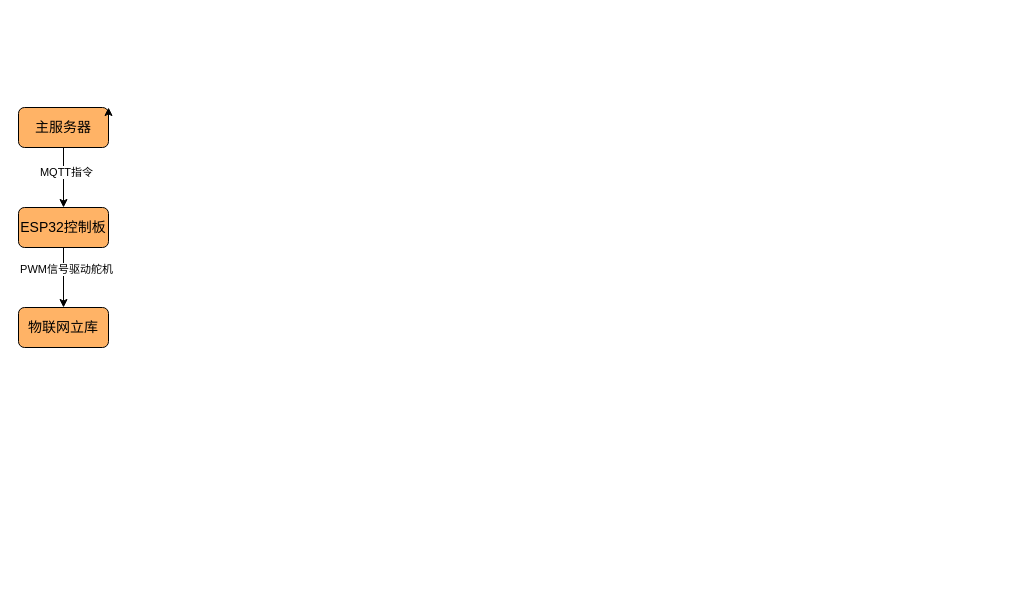
Li-Chaoran/hello-world keeps this draw.io diagram as Intelligent production line.drawio. Above is the earlier version. Source tidied: cells renumbered, new cells numbered last; positions are measured from the earlier drawing's top-left corner, leaving out a move shared by most shapes. Both pictures are drawn from the tidied source at 100%, with x=0, y=0 at pixel (18, 107).
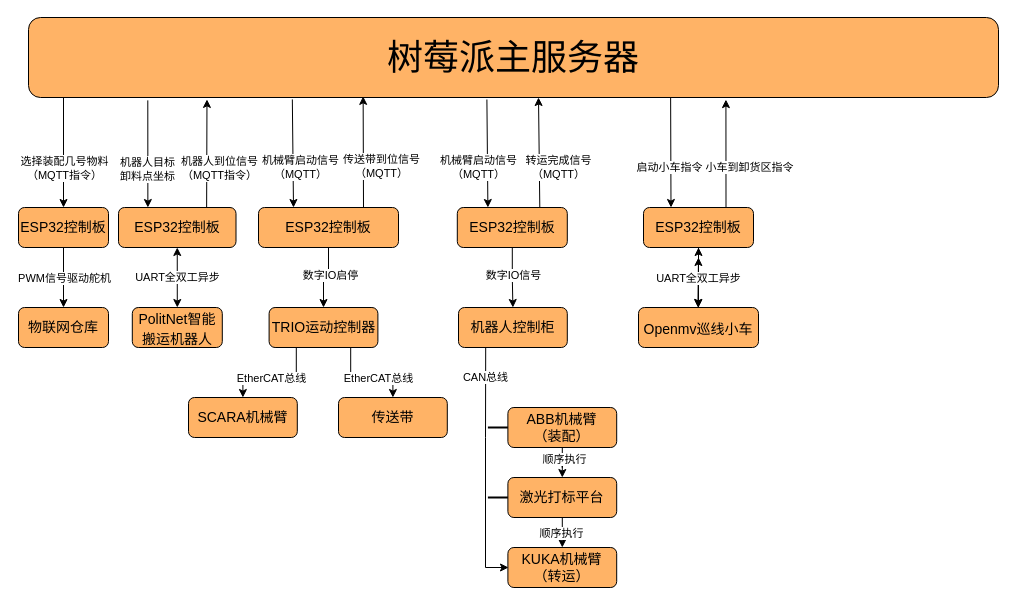
After the change.

Unchanged cells that the change refers to:
```xml
<mxCell id="6" style="edgeStyle=orthogonalEdgeStyle;rounded=0;jettySize=auto;html=1;" parent="1" edge="1" source="8" target="10">
  <mxGeometry relative="1" as="geometry" />
</mxCell>
<mxCell id="8" value="&lt;font style=&quot;font-size: 14px;&quot;&gt;ESP32控制板&lt;/font&gt;" style="rounded=1;whiteSpace=wrap;html=1;fillColor=light-dark(#FFB366,var(--ge-dark-color, #121212));" parent="1" vertex="1">
  <mxGeometry y="100" width="90" height="40" as="geometry" />
</mxCell>
```

Diff of the diagram source:
```diff
@@
-    <mxCell id="2" style="edgeStyle=orthogonalEdgeStyle;rounded=0;jettySize=auto;html=1;" parent="1" edge="1" source="4" target="8">
-      <mxGeometry relative="1" as="geometry" />
+    <mxCell id="2" style="edgeStyle=orthogonalEdgeStyle;rounded=0;jettySize=auto;html=1;" parent="1" edge="1" target="8">
+      <mxGeometry relative="1" as="geometry">
+        <mxPoint x="45" y="-10" as="sourcePoint" />
+        <Array as="points">
+          <mxPoint x="45" y="50" />
+          <mxPoint x="45" y="50" />
+        </Array>
+      </mxGeometry>
     </mxCell>
-    <mxCell id="3" value="MQTT指令" style="edgeLabel;html=1;align=center;verticalAlign=middle;" parent="2" vertex="1">
-      <mxGeometry x="-0.21" y="2" relative="1" as="geometry" />
+    <mxCell id="3" value="选择装配几号物料&lt;div&gt;（MQTT指令）&lt;/div&gt;" style="edgeLabel;html=1;align=center;verticalAlign=middle;" parent="2" vertex="1">
+      <mxGeometry x="-0.21" y="2" relative="1" as="geometry">
+        <mxPoint x="-2" y="27" as="offset" />
+      </mxGeometry>
     </mxCell>
-    <mxCell id="4" value="&lt;font style=&quot;font-size: 14px;&quot;&gt;主服务器&lt;/font&gt;" style="rounded=1;whiteSpace=wrap;html=1;fillColor=light-dark(#FFB366,var(--ge-dark-color, #121212));" parent="1" vertex="1">
-      <mxGeometry width="90" height="40" as="geometry" />
+    <mxCell id="4" value="&lt;font style=&quot;font-size: 36px;&quot;&gt;树莓派主服务器&lt;/font&gt;" style="rounded=1;whiteSpace=wrap;html=1;fillColor=light-dark(#FFB366,var(--ge-dark-color, #121212));" parent="1" vertex="1">
+      <mxGeometry x="10" y="-90" width="970" height="80" as="geometry" />
     </mxCell>
-    <mxCell id="5" style="edgeStyle=orthogonalEdgeStyle;rounded=0;orthogonalLoop=1;jettySize=auto;html=1;exitX=1;exitY=0.5;exitDx=0;exitDy=0;entryX=1;entryY=0;entryDx=0;entryDy=0;" parent="1" edge="1" source="4" target="4">
-      <mxGeometry relative="1" as="geometry" />
-    </mxCell>
@@
     <mxCell id="7" value="PWM信号驱动舵机" style="edgeLabel;html=1;align=center;verticalAlign=middle;" parent="6" vertex="1">
-      <mxGeometry x="-0.31" y="2" relative="1" as="geometry" />
+      <mxGeometry x="-0.31" y="2" relative="1" as="geometry">
+        <mxPoint x="-2" y="9" as="offset" />
+      </mxGeometry>
     </mxCell>
@@
-    <mxCell id="10" value="&lt;font style=&quot;font-size: 14px;&quot;&gt;物联网立库&lt;/font&gt;" style="rounded=1;whiteSpace=wrap;html=1;fillColor=light-dark(#FFB366,var(--ge-dark-color, #121212));" parent="1" vertex="1">
+    <mxCell id="10" value="&lt;font style=&quot;font-size: 14px;&quot;&gt;物联网仓库&lt;/font&gt;" style="rounded=1;whiteSpace=wrap;html=1;fillColor=light-dark(#FFB366,var(--ge-dark-color, #121212));" parent="1" vertex="1">
       <mxGeometry y="200" width="90" height="40" as="geometry" />
     </mxCell>
+    <mxCell id="11" value="&lt;p style=&quot;line-height: normal; margin-top: 0pt; margin-bottom: 0pt; margin-right: 0in; text-indent: 0in; unicode-bidi: embed; word-break: normal;&quot;&gt;&lt;font face=&quot;Helvetica&quot; style=&quot;font-size: 14px;&quot;&gt;PolitNet智能搬运机器人&lt;/font&gt;&lt;/p&gt;" style="rounded=1;whiteSpace=wrap;html=1;fillColor=light-dark(#FFB366,var(--ge-dark-color, #121212));align=center;" parent="1" vertex="1">
+      <mxGeometry x="113.8" y="200" width="90" height="40" as="geometry" />
+    </mxCell>
+    <mxCell id="12" value="&lt;font style=&quot;font-size: 14px;&quot;&gt;ESP32控制板&lt;/font&gt;" style="rounded=1;whiteSpace=wrap;html=1;fillColor=light-dark(#FFB366,var(--ge-dark-color, #121212));" parent="1" vertex="1">
+      <mxGeometry x="100" y="100" width="117.5" height="40" as="geometry" />
+    </mxCell>
+    <mxCell id="13" style="endArrow=classic;startArrow=classic;html=1;rounded=0;entryX=0.5;entryY=1;entryDx=0;entryDy=0;exitX=0.5;exitY=0;exitDx=0;exitDy=0;" parent="1" edge="1" source="11" target="12">
+      <mxGeometry relative="1" as="geometry" />
+    </mxCell>
+    <mxCell id="14" value="UART全双工异步" style="edgeLabel;html=1;align=center;verticalAlign=middle;" parent="13" vertex="1">
+      <mxGeometry x="0.16" y="-2" relative="1" as="geometry">
+        <mxPoint x="-2" y="5" as="offset" />
+      </mxGeometry>
+    </mxCell>
+    <mxCell id="15" style="endArrow=classic;html=1;rounded=0;entryX=0.184;entryY=1.024;entryDx=0;entryDy=0;exitX=0.75;exitY=0;exitDx=0;exitDy=0;entryPerimeter=0;" parent="1" edge="1" source="12" target="4">
+      <mxGeometry relative="1" as="geometry" />
+    </mxCell>
+    <mxCell id="16" value="机器人到位信号&lt;div&gt;（MQTT指令）&lt;/div&gt;" style="edgeLabel;html=1;align=center;verticalAlign=middle;" parent="15" vertex="1">
+      <mxGeometry x="0.42" y="2" relative="1" as="geometry">
+        <mxPoint x="14" y="38" as="offset" />
+      </mxGeometry>
+    </mxCell>
+    <mxCell id="17" style="endArrow=classic;html=1;rounded=0;exitX=0.123;exitY=1.036;exitDx=0;exitDy=0;exitPerimeter=0;entryX=0.25;entryY=0;entryDx=0;entryDy=0;" parent="1" edge="1" source="4" target="12">
+      <mxGeometry relative="1" as="geometry" />
+    </mxCell>
+    <mxCell id="18" value="机器人目标&lt;div&gt;卸料点坐标&lt;/div&gt;" style="edgeLabel;html=1;align=center;verticalAlign=middle;" parent="17" vertex="1">
+      <mxGeometry x="-0.08" y="-1" relative="1" as="geometry">
+        <mxPoint y="20" as="offset" />
+      </mxGeometry>
+    </mxCell>
+    <mxCell id="19" style="edgeStyle=orthogonalEdgeStyle;rounded=0;jettySize=auto;html=1;" parent="1" edge="1" source="21" target="26">
+      <mxGeometry relative="1" as="geometry" />
+    </mxCell>
+    <mxCell id="20" value="数字IO启停" style="edgeLabel;html=1;align=center;verticalAlign=middle;" parent="19" vertex="1">
+      <mxGeometry x="-0.03" y="-3" relative="1" as="geometry">
+        <mxPoint x="3" as="offset" />
+      </mxGeometry>
+    </mxCell>
+    <mxCell id="21" value="&lt;font style=&quot;font-size: 14px;&quot;&gt;ESP32控制板&lt;/font&gt;" style="rounded=1;whiteSpace=wrap;html=1;fillColor=light-dark(#FFB366,var(--ge-dark-color, #121212));" parent="1" vertex="1">
+      <mxGeometry x="240" y="100" width="140" height="40" as="geometry" />
+    </mxCell>
+    <mxCell id="22" style="edgeStyle=orthogonalEdgeStyle;rounded=0;jettySize=auto;html=1;exitX=0.25;exitY=1;exitDx=0;exitDy=0;" parent="1" edge="1" source="26" target="29">
+      <mxGeometry relative="1" as="geometry" />
+    </mxCell>
+    <mxCell id="23" value="EtherCAT总线" style="edgeLabel;html=1;align=center;verticalAlign=middle;" parent="22" vertex="1">
+      <mxGeometry x="-0.09" y="3" relative="1" as="geometry">
+        <mxPoint x="-3" y="2" as="offset" />
+      </mxGeometry>
+    </mxCell>
+    <mxCell id="24" style="edgeStyle=orthogonalEdgeStyle;rounded=0;jettySize=auto;html=1;exitX=0.75;exitY=1;exitDx=0;exitDy=0;entryX=0.5;entryY=0;entryDx=0;entryDy=0;" parent="1" edge="1" source="26" target="32">
+      <mxGeometry relative="1" as="geometry" />
+    </mxCell>
+    <mxCell id="25" value="EtherCAT总线" style="edgeLabel;html=1;align=center;verticalAlign=middle;" parent="24" vertex="1">
+      <mxGeometry x="0.1" y="2" relative="1" as="geometry">
+        <mxPoint x="1" y="7" as="offset" />
+      </mxGeometry>
+    </mxCell>
+    <mxCell id="26" value="&lt;font style=&quot;font-size: 14px;&quot;&gt;TRIO运动控制器&lt;/font&gt;" style="rounded=1;whiteSpace=wrap;html=1;fillColor=light-dark(#FFB366,var(--ge-dark-color, #121212));" parent="1" vertex="1">
+      <mxGeometry x="250.6" y="200" width="108.8" height="40" as="geometry" />
+    </mxCell>
+    <mxCell id="27" style="endArrow=classic;html=1;rounded=0;exitX=0.272;exitY=1.024;exitDx=0;exitDy=0;exitPerimeter=0;entryX=0.25;entryY=0;entryDx=0;entryDy=0;" parent="1" edge="1" source="4" target="21">
+      <mxGeometry relative="1" as="geometry" />
+    </mxCell>
+    <mxCell id="28" value="机械臂启动信号&lt;div&gt;（MQTT）&lt;/div&gt;" style="edgeLabel;html=1;align=center;verticalAlign=middle;" parent="27" vertex="1">
+      <mxGeometry x="0.13" relative="1" as="geometry">
+        <mxPoint x="7" y="7" as="offset" />
+      </mxGeometry>
+    </mxCell>
+    <mxCell id="29" value="&lt;font style=&quot;font-size: 14px;&quot;&gt;SCARA机械臂&lt;/font&gt;" style="rounded=1;whiteSpace=wrap;html=1;fillColor=light-dark(#FFB366,var(--ge-dark-color, #121212));" parent="1" vertex="1">
+      <mxGeometry x="170" y="290" width="108.8" height="40" as="geometry" />
+    </mxCell>
+    <mxCell id="30" style="endArrow=classic;html=1;rounded=0;exitX=0.75;exitY=0;exitDx=0;exitDy=0;entryX=0.345;entryY=0.986;entryDx=0;entryDy=0;entryPerimeter=0;" parent="1" edge="1" source="21" target="4">
+      <mxGeometry relative="1" as="geometry" />
+    </mxCell>
+    <mxCell id="31" value="传送带到位信号&lt;div&gt;（MQTT）&lt;/div&gt;" style="edgeLabel;html=1;align=center;verticalAlign=middle;" parent="30" vertex="1">
+      <mxGeometry x="-0.12" y="-1" relative="1" as="geometry">
+        <mxPoint x="17" y="8" as="offset" />
+      </mxGeometry>
+    </mxCell>
+    <mxCell id="32" value="&lt;font style=&quot;font-size: 14px;&quot;&gt;传送带&lt;/font&gt;" style="rounded=1;whiteSpace=wrap;html=1;fillColor=light-dark(#FFB366,var(--ge-dark-color, #121212));" parent="1" vertex="1">
+      <mxGeometry x="320" y="290" width="108.8" height="40" as="geometry" />
+    </mxCell>
+    <mxCell id="33" style="edgeStyle=orthogonalEdgeStyle;rounded=0;jettySize=auto;html=1;" parent="1" edge="1" source="35" target="39">
+      <mxGeometry relative="1" as="geometry" />
+    </mxCell>
+    <mxCell id="34" value="顺序执行" style="edgeLabel;html=1;align=center;verticalAlign=middle;" parent="33" vertex="1">
+      <mxGeometry x="0.23" y="2" relative="1" as="geometry" />
+    </mxCell>
+    <mxCell id="35" value="&lt;font style=&quot;font-size: 14px;&quot;&gt;ABB机械臂&lt;/font&gt;&lt;div&gt;&lt;font style=&quot;font-size: 14px;&quot;&gt;（装配）&lt;/font&gt;&lt;/div&gt;" style="rounded=1;whiteSpace=wrap;html=1;fillColor=light-dark(#FFB366,var(--ge-dark-color, #121212));" parent="1" vertex="1">
+      <mxGeometry x="489.4" y="300" width="108.8" height="40" as="geometry" />
+    </mxCell>
+    <mxCell id="36" value="&lt;font style=&quot;font-size: 14px;&quot;&gt;KUKA机械臂&lt;/font&gt;&lt;div&gt;&lt;font style=&quot;font-size: 14px;&quot;&gt;（转运）&lt;/font&gt;&lt;/div&gt;" style="rounded=1;whiteSpace=wrap;html=1;fillColor=light-dark(#FFB366,var(--ge-dark-color, #121212));" parent="1" vertex="1">
+      <mxGeometry x="489.4" y="440" width="108.8" height="40" as="geometry" />
+    </mxCell>
+    <mxCell id="37" style="edgeStyle=orthogonalEdgeStyle;rounded=0;jettySize=auto;html=1;" parent="1" edge="1" source="39" target="36">
+      <mxGeometry relative="1" as="geometry" />
+    </mxCell>
+    <mxCell id="38" value="顺序执行" style="edgeLabel;html=1;align=center;verticalAlign=middle;" parent="37" vertex="1">
+      <mxGeometry x="0.38" y="-1" relative="1" as="geometry" />
+    </mxCell>
+    <mxCell id="39" value="&lt;span style=&quot;font-size: 14px;&quot;&gt;激光打标平台&lt;/span&gt;" style="rounded=1;whiteSpace=wrap;html=1;fillColor=light-dark(#FFB366,var(--ge-dark-color, #121212));" parent="1" vertex="1">
+      <mxGeometry x="489.4" y="370" width="108.8" height="40" as="geometry" />
+    </mxCell>
+    <mxCell id="40" value="&lt;span style=&quot;font-size: 14px;&quot;&gt;机器人控制柜&lt;/span&gt;" style="rounded=1;whiteSpace=wrap;html=1;fillColor=light-dark(#FFB366,var(--ge-dark-color, #121212));" parent="1" vertex="1">
+      <mxGeometry x="440" y="200" width="108.8" height="40" as="geometry" />
+    </mxCell>
+    <mxCell id="41" style="endArrow=classic;html=1;rounded=0;exitX=0.25;exitY=1;exitDx=0;exitDy=0;entryX=0;entryY=0.5;entryDx=0;entryDy=0;" parent="1" edge="1" source="40">
+      <mxGeometry relative="1" as="geometry">
+        <mxPoint x="490" y="460" as="targetPoint" />
+        <Array as="points">
+          <mxPoint x="467" y="330" />
+          <mxPoint x="467" y="460" />
+        </Array>
+      </mxGeometry>
+    </mxCell>
+    <mxCell id="42" value="CAN总线" style="edgeLabel;html=1;align=center;verticalAlign=middle;" parent="41" vertex="1">
+      <mxGeometry x="-0.07" y="-1" relative="1" as="geometry">
+        <mxPoint y="-83" as="offset" />
+      </mxGeometry>
+    </mxCell>
+    <mxCell id="43" style="line;strokeWidth=2;html=1;" parent="1" vertex="1">
+      <mxGeometry x="469.4" y="315" width="20" height="10" as="geometry" />
+    </mxCell>
+    <mxCell id="44" style="line;strokeWidth=2;html=1;" parent="1" vertex="1">
+      <mxGeometry x="469.4" y="385" width="20" height="10" as="geometry" />
+    </mxCell>
+    <mxCell id="45" style="edgeStyle=orthogonalEdgeStyle;rounded=0;jettySize=auto;html=1;" parent="1" edge="1" source="47" target="40">
+      <mxGeometry relative="1" as="geometry" />
+    </mxCell>
+    <mxCell id="46" value="数字IO信号" style="edgeLabel;html=1;align=center;verticalAlign=middle;" parent="45" vertex="1">
+      <mxGeometry x="-0.11" y="1" relative="1" as="geometry" />
+    </mxCell>
+    <mxCell id="47" value="&lt;font style=&quot;font-size: 14px;&quot;&gt;ESP32控制板&lt;/font&gt;" style="rounded=1;whiteSpace=wrap;html=1;fillColor=light-dark(#FFB366,var(--ge-dark-color, #121212));" parent="1" vertex="1">
+      <mxGeometry x="438.8" y="100" width="110" height="40" as="geometry" />
+    </mxCell>
+    <mxCell id="48" style="endArrow=classic;html=1;rounded=0;exitX=0.272;exitY=1.024;exitDx=0;exitDy=0;exitPerimeter=0;entryX=0.25;entryY=0;entryDx=0;entryDy=0;" parent="1" edge="1">
+      <mxGeometry relative="1" as="geometry">
+        <mxPoint x="468.4" y="-8" as="sourcePoint" />
+        <mxPoint x="469.4" y="100" as="targetPoint" />
+      </mxGeometry>
+    </mxCell>
+    <mxCell id="49" value="机械臂启动信号&lt;div&gt;（MQTT）&lt;/div&gt;" style="edgeLabel;html=1;align=center;verticalAlign=middle;" parent="48" vertex="1">
+      <mxGeometry x="0.13" relative="1" as="geometry">
+        <mxPoint x="-9" y="7" as="offset" />
+      </mxGeometry>
+    </mxCell>
+    <mxCell id="50" style="endArrow=classic;html=1;rounded=0;exitX=0.75;exitY=0;exitDx=0;exitDy=0;entryX=0.345;entryY=0.986;entryDx=0;entryDy=0;entryPerimeter=0;" parent="1" edge="1" source="47">
+      <mxGeometry relative="1" as="geometry">
+        <mxPoint x="520" y="-10" as="targetPoint" />
+      </mxGeometry>
+    </mxCell>
+    <mxCell id="51" value="转运&lt;span style=&quot;background-color: light-dark(#ffffff, var(--ge-dark-color, #121212)); color: light-dark(rgb(0, 0, 0), rgb(255, 255, 255));&quot;&gt;完成信号&lt;/span&gt;&lt;div&gt;&lt;span style=&quot;color: light-dark(rgb(0, 0, 0), rgb(255, 255, 255)); background-color: light-dark(#ffffff, var(--ge-dark-color, #121212));&quot;&gt;（MQTT）&lt;/span&gt;&lt;/div&gt;" style="edgeLabel;html=1;align=center;verticalAlign=middle;" parent="50" vertex="1">
+      <mxGeometry x="-0.12" y="-1" relative="1" as="geometry">
+        <mxPoint x="18" y="8" as="offset" />
+      </mxGeometry>
+    </mxCell>
+    <mxCell id="52" style="edgeStyle=orthogonalEdgeStyle;rounded=0;jettySize=auto;html=1;" parent="1" edge="1" source="53" target="55">
+      <mxGeometry relative="1" as="geometry" />
+    </mxCell>
+    <mxCell id="53" value="&lt;p style=&quot;line-height: normal; margin: 0pt 0in; text-indent: 0in; direction: ltr; unicode-bidi: embed; word-break: normal;&quot;&gt;&lt;font style=&quot;font-size: 14px;&quot; face=&quot;Helvetica&quot;&gt;Openmv巡线小车&lt;/font&gt;&lt;/p&gt;" style="rounded=1;whiteSpace=wrap;html=1;fillColor=light-dark(#FFB366,var(--ge-dark-color, #121212));align=center;" parent="1" vertex="1">
+      <mxGeometry x="620" y="200" width="120" height="40" as="geometry" />
+    </mxCell>
+    <mxCell id="54" style="edgeStyle=orthogonalEdgeStyle;rounded=0;jettySize=auto;html=1;" parent="1" edge="1" source="55" target="53">
+      <mxGeometry relative="1" as="geometry" />
+    </mxCell>
+    <mxCell id="55" value="&lt;font style=&quot;font-size: 14px;&quot;&gt;ESP32控制板&lt;/font&gt;" style="rounded=1;whiteSpace=wrap;html=1;fillColor=light-dark(#FFB366,var(--ge-dark-color, #121212));" parent="1" vertex="1">
+      <mxGeometry x="625" y="100" width="110" height="40" as="geometry" />
+    </mxCell>
+    <mxCell id="56" style="endArrow=classic;startArrow=classic;html=1;rounded=0;exitX=0.5;exitY=0;exitDx=0;exitDy=0;" parent="1" edge="1">
+      <mxGeometry relative="1" as="geometry">
+        <mxPoint x="679.4" y="200" as="sourcePoint" />
+        <mxPoint x="680" y="150" as="targetPoint" />
+      </mxGeometry>
+    </mxCell>
+    <mxCell id="57" value="UART全双工异步" style="edgeLabel;html=1;align=center;verticalAlign=middle;" parent="56" vertex="1">
+      <mxGeometry x="0.16" y="-2" relative="1" as="geometry">
+        <mxPoint x="-2" y="-1" as="offset" />
+      </mxGeometry>
+    </mxCell>
+    <mxCell id="58" style="endArrow=classic;html=1;rounded=0;entryX=0.25;entryY=0;entryDx=0;entryDy=0;exitX=0.662;exitY=0.996;exitDx=0;exitDy=0;exitPerimeter=0;" parent="1" edge="1" source="4" target="55">
+      <mxGeometry relative="1" as="geometry" />
+    </mxCell>
+    <mxCell id="59" value="启动小车指令" style="edgeLabel;html=1;align=center;verticalAlign=middle;" parent="58" vertex="1">
+      <mxGeometry x="0.07" y="-2" relative="1" as="geometry">
+        <mxPoint y="11" as="offset" />
+      </mxGeometry>
+    </mxCell>
+    <mxCell id="60" style="endArrow=classic;html=1;rounded=0;exitX=0.75;exitY=0;exitDx=0;exitDy=0;entryX=0.719;entryY=1.026;entryDx=0;entryDy=0;entryPerimeter=0;" parent="1" edge="1" source="55" target="4">
+      <mxGeometry relative="1" as="geometry" />
+    </mxCell>
+    <mxCell id="61" value="小车到卸货区指令" style="edgeLabel;html=1;align=center;verticalAlign=middle;" parent="60" vertex="1">
+      <mxGeometry x="-0.25" y="-2" relative="1" as="geometry">
+        <mxPoint x="21" as="offset" />
+      </mxGeometry>
+    </mxCell>
```
